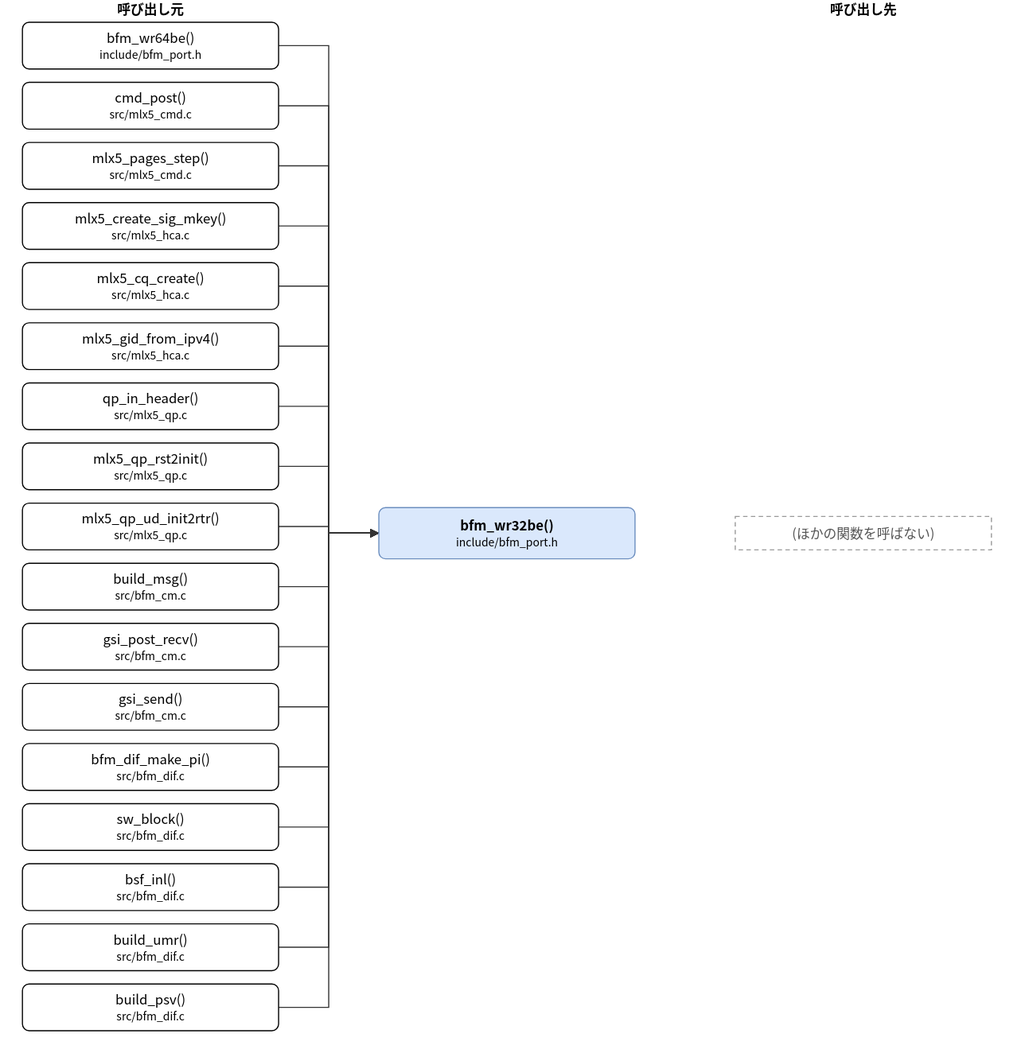
The draw.io diagram doc/spec/images/call_include_bfm_port-bfm_wr32be.drawio.svg in hf355051012-ai/bfmem, before a commit. Source tidied: cells renumbered, new cells last; positions are measured from the earlier drawing's top-left corner, leaving out a move shared by most shapes.
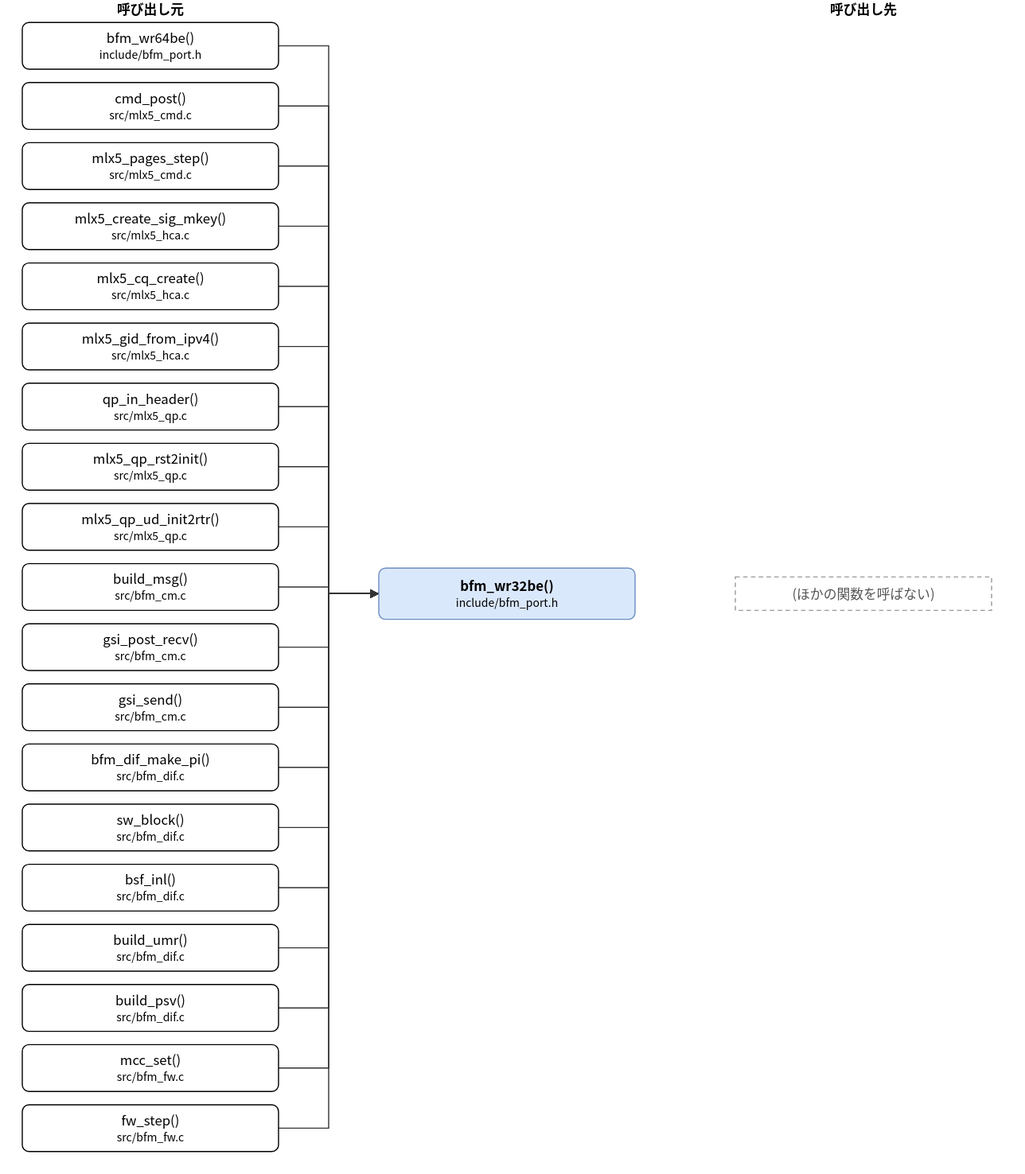
Above is the later version.

Change to the diagram source:
```diff
@@ -3,7 +3,7 @@
     <mxCell id="0" />
     <mxCell id="1" parent="0" />
     <mxCell id="2" value="bfm_wr32be()&lt;br&gt;&lt;font style=&quot;font-size:10px&quot;&gt;include/bfm_port.h&lt;/font&gt;" style="rounded=1;whiteSpace=wrap;html=1;fillColor=#dae8fc;strokeColor=#6c8ebf;fontStyle=1;" parent="1" vertex="1">
-      <mxGeometry x="320" y="456" width="230" height="46" as="geometry" />
+      <mxGeometry x="320" y="510" width="230" height="46" as="geometry" />
     </mxCell>
     <mxCell id="3" value="bfm_wr64be()&lt;br&gt;&lt;font style=&quot;font-size:10px&quot;&gt;include/bfm_port.h&lt;/font&gt;" style="rounded=1;whiteSpace=wrap;html=1;" parent="1" vertex="1">
       <mxGeometry y="20" width="230" height="42" as="geometry" />
@@ -56,14 +56,20 @@
     <mxCell id="19" value="build_psv()&lt;br&gt;&lt;font style=&quot;font-size:10px&quot;&gt;src/bfm_dif.c&lt;/font&gt;" style="rounded=1;whiteSpace=wrap;html=1;" parent="1" vertex="1">
       <mxGeometry y="884" width="230" height="42" as="geometry" />
     </mxCell>
+    <mxCell id="40" value="mcc_set()&lt;br&gt;&lt;font style=&quot;font-size:10px&quot;&gt;src/bfm_fw.c&lt;/font&gt;" style="rounded=1;whiteSpace=wrap;html=1;" parent="1" vertex="1">
+      <mxGeometry y="938" width="230" height="42" as="geometry" />
+    </mxCell>
+    <mxCell id="41" value="fw_step()&lt;br&gt;&lt;font style=&quot;font-size:10px&quot;&gt;src/bfm_fw.c&lt;/font&gt;" style="rounded=1;whiteSpace=wrap;html=1;" parent="1" vertex="1">
+      <mxGeometry y="992" width="230" height="42" as="geometry" />
+    </mxCell>
     <mxCell id="20" value="(ほかの関数を呼ばない)" style="rounded=0;whiteSpace=wrap;html=1;dashed=1;strokeColor=#999999;fontColor=#555555;dashed=1;" parent="1" vertex="1">
-      <mxGeometry x="640" y="464" width="230" height="30" as="geometry" />
+      <mxGeometry x="640" y="518" width="230" height="30" as="geometry" />
     </mxCell>
     <mxCell id="21" style="edgeStyle=none;html=1;rounded=0;endArrow=block;endFill=1;exitX=1.0000;exitY=0.5000;exitDx=0;exitDy=0;exitPerimeter=0;entryX=0.0000;entryY=0.5000;entryDx=0;entryDy=0;entryPerimeter=0;" parent="1" edge="1" source="3" target="2">
       <mxGeometry relative="1" as="geometry">
         <Array as="points">
           <mxPoint x="275" y="41" />
-          <mxPoint x="275" y="479" />
+          <mxPoint x="275" y="533" />
         </Array>
       </mxGeometry>
     </mxCell>
@@ -71,7 +77,7 @@
       <mxGeometry relative="1" as="geometry">
         <Array as="points">
           <mxPoint x="275" y="95" />
-          <mxPoint x="275" y="479" />
+          <mxPoint x="275" y="533" />
         </Array>
       </mxGeometry>
     </mxCell>
@@ -79,7 +85,7 @@
       <mxGeometry relative="1" as="geometry">
         <Array as="points">
           <mxPoint x="275" y="149" />
-          <mxPoint x="275" y="479" />
+          <mxPoint x="275" y="533" />
         </Array>
       </mxGeometry>
     </mxCell>
@@ -87,7 +93,7 @@
       <mxGeometry relative="1" as="geometry">
         <Array as="points">
           <mxPoint x="275" y="203" />
-          <mxPoint x="275" y="479" />
+          <mxPoint x="275" y="533" />
         </Array>
       </mxGeometry>
     </mxCell>
@@ -95,7 +101,7 @@
       <mxGeometry relative="1" as="geometry">
         <Array as="points">
           <mxPoint x="275" y="257" />
-          <mxPoint x="275" y="479" />
+          <mxPoint x="275" y="533" />
         </Array>
       </mxGeometry>
     </mxCell>
@@ -103,7 +109,7 @@
       <mxGeometry relative="1" as="geometry">
         <Array as="points">
           <mxPoint x="275" y="311" />
-          <mxPoint x="275" y="479" />
+          <mxPoint x="275" y="533" />
         </Array>
       </mxGeometry>
     </mxCell>
@@ -111,7 +117,7 @@
       <mxGeometry relative="1" as="geometry">
         <Array as="points">
           <mxPoint x="275" y="365" />
-          <mxPoint x="275" y="479" />
+          <mxPoint x="275" y="533" />
         </Array>
       </mxGeometry>
     </mxCell>
@@ -119,7 +125,7 @@
       <mxGeometry relative="1" as="geometry">
         <Array as="points">
           <mxPoint x="275" y="419" />
-          <mxPoint x="275" y="479" />
+          <mxPoint x="275" y="533" />
         </Array>
       </mxGeometry>
     </mxCell>
@@ -127,7 +133,7 @@
       <mxGeometry relative="1" as="geometry">
         <Array as="points">
           <mxPoint x="275" y="473" />
-          <mxPoint x="275" y="479" />
+          <mxPoint x="275" y="533" />
         </Array>
       </mxGeometry>
     </mxCell>
@@ -135,7 +141,7 @@
       <mxGeometry relative="1" as="geometry">
         <Array as="points">
           <mxPoint x="275" y="527" />
-          <mxPoint x="275" y="479" />
+          <mxPoint x="275" y="533" />
         </Array>
       </mxGeometry>
     </mxCell>
@@ -143,7 +149,7 @@
       <mxGeometry relative="1" as="geometry">
         <Array as="points">
           <mxPoint x="275" y="581" />
-          <mxPoint x="275" y="479" />
+          <mxPoint x="275" y="533" />
         </Array>
       </mxGeometry>
     </mxCell>
@@ -151,7 +157,7 @@
       <mxGeometry relative="1" as="geometry">
         <Array as="points">
           <mxPoint x="275" y="635" />
-          <mxPoint x="275" y="479" />
+          <mxPoint x="275" y="533" />
         </Array>
       </mxGeometry>
     </mxCell>
@@ -159,7 +165,7 @@
       <mxGeometry relative="1" as="geometry">
         <Array as="points">
           <mxPoint x="275" y="689" />
-          <mxPoint x="275" y="479" />
+          <mxPoint x="275" y="533" />
         </Array>
       </mxGeometry>
     </mxCell>
@@ -167,7 +173,7 @@
       <mxGeometry relative="1" as="geometry">
         <Array as="points">
           <mxPoint x="275" y="743" />
-          <mxPoint x="275" y="479" />
+          <mxPoint x="275" y="533" />
         </Array>
       </mxGeometry>
     </mxCell>
@@ -175,7 +181,7 @@
       <mxGeometry relative="1" as="geometry">
         <Array as="points">
           <mxPoint x="275" y="797" />
-          <mxPoint x="275" y="479" />
+          <mxPoint x="275" y="533" />
         </Array>
       </mxGeometry>
     </mxCell>
@@ -183,7 +189,7 @@
       <mxGeometry relative="1" as="geometry">
         <Array as="points">
           <mxPoint x="275" y="851" />
-          <mxPoint x="275" y="479" />
+          <mxPoint x="275" y="533" />
         </Array>
       </mxGeometry>
     </mxCell>
@@ -191,10 +197,26 @@
       <mxGeometry relative="1" as="geometry">
         <Array as="points">
           <mxPoint x="275" y="905" />
-          <mxPoint x="275" y="479" />
+          <mxPoint x="275" y="533" />
         </Array>
       </mxGeometry>
     </mxCell>
+    <mxCell id="42" style="edgeStyle=none;html=1;rounded=0;endArrow=block;endFill=1;exitX=1.0000;exitY=0.5000;exitDx=0;exitDy=0;exitPerimeter=0;entryX=0.0000;entryY=0.5000;entryDx=0;entryDy=0;entryPerimeter=0;" parent="1" edge="1" source="40" target="2">
+      <mxGeometry relative="1" as="geometry">
+        <Array as="points">
+          <mxPoint x="275" y="959" />
+          <mxPoint x="275" y="533" />
+        </Array>
+      </mxGeometry>
+    </mxCell>
+    <mxCell id="43" style="edgeStyle=none;html=1;rounded=0;endArrow=block;endFill=1;exitX=1.0000;exitY=0.5000;exitDx=0;exitDy=0;exitPerimeter=0;entryX=0.0000;entryY=0.5000;entryDx=0;entryDy=0;entryPerimeter=0;" parent="1" edge="1" source="41" target="2">
+      <mxGeometry relative="1" as="geometry">
+        <Array as="points">
+          <mxPoint x="275" y="1013" />
+          <mxPoint x="275" y="533" />
+        </Array>
+      </mxGeometry>
+    </mxCell>
     <mxCell id="38" value="呼び出し元" style="text;html=1;align=center;fontStyle=1;" parent="1" vertex="1">
       <mxGeometry x="35" width="160" height="18" as="geometry" />
     </mxCell>
```
